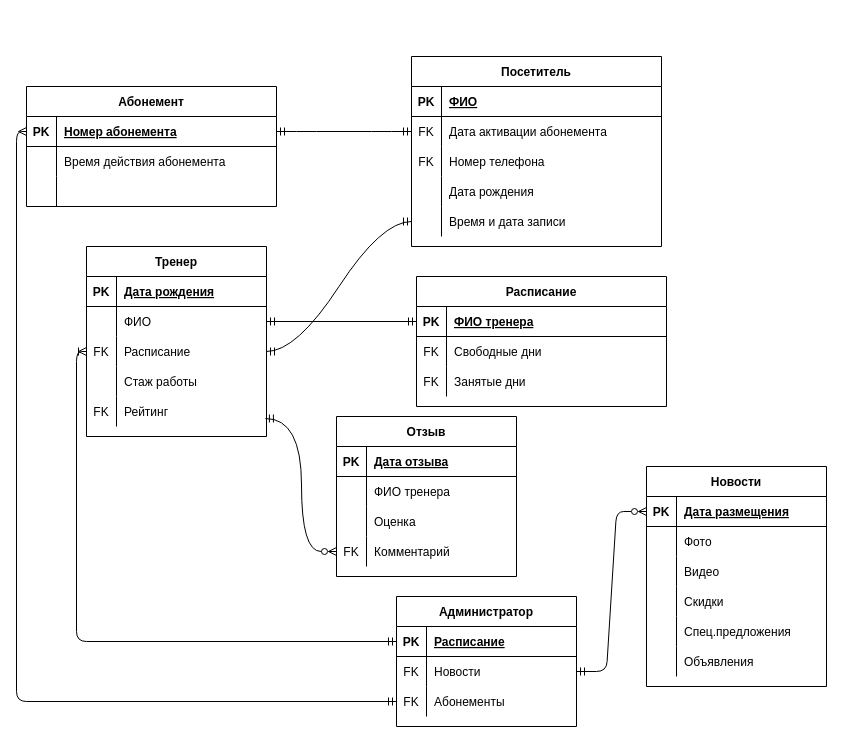
The draw.io diagram Diagrams/ER3.drawio in yuliapyrikova/-, before the edit. Source tidied: cells renumbered, new cells numbered last; positions are measured from the earlier drawing's top-left corner, leaving out a move shared by most shapes. Both pictures are drawn from the tidied source at 100%, with x=0, y=0 at pixel (26, 56).
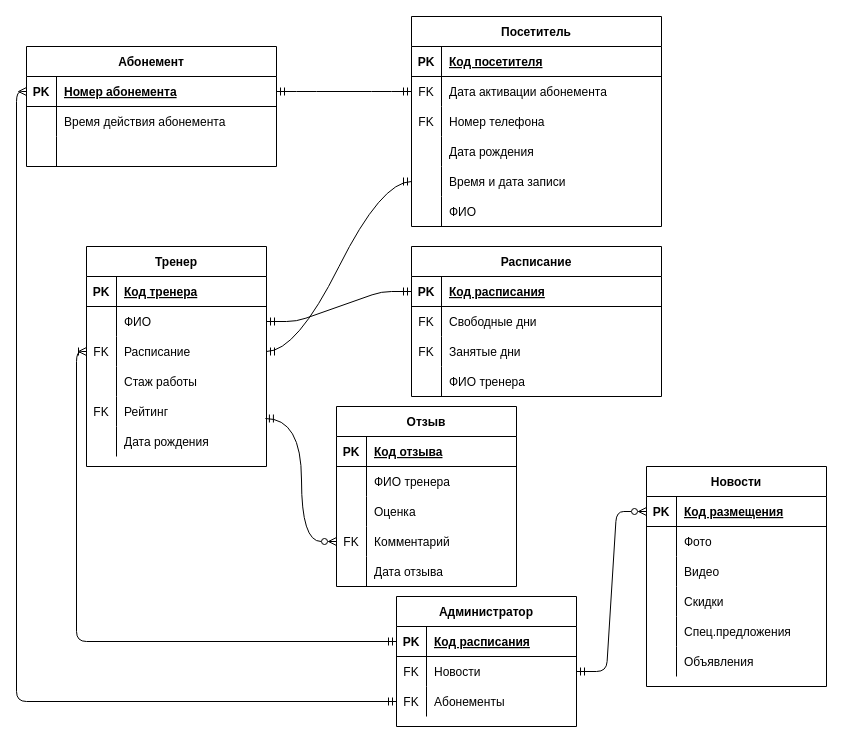
The same diagram, later.

The change refers to these unchanged cells:
```xml
<mxCell id="3" style="shape=partialRectangle;fillColor=none;top=0;left=0;right=0;bottom=1;" parent="2" vertex="1">
  <mxGeometry y="30" width="250" height="30" as="geometry" />
</mxCell>
<mxCell id="19" style="shape=partialRectangle;fillColor=none;points=[[0,0.5],[1,0.5]];portConstraint=eastwest;top=0;left=0;right=0;bottom=1;" parent="18" vertex="1">
  <mxGeometry y="30" width="250" height="30" as="geometry" />
</mxCell>
<mxCell id="40" style="shape=partialRectangle;fillColor=none;top=0;left=0;bottom=1;right=0;" parent="39" vertex="1">
  <mxGeometry y="30" width="180" height="30" as="geometry" />
</mxCell>
<mxCell id="57" style="shape=partialRectangle;fillColor=none;top=0;left=0;bottom=1;right=0;" parent="56" vertex="1">
  <mxGeometry y="30" width="180" height="30" as="geometry" />
</mxCell>
<mxCell id="70" style="shape=partialRectangle;fillColor=none;top=0;left=0;bottom=1;right=0;points=[[0,0.5],[1,0.5]];portConstraint=eastwest;" parent="69" vertex="1">
  <mxGeometry y="30" width="180" height="30" as="geometry" />
</mxCell>
<mxCell id="90" style="shape=partialRectangle;fillColor=none;top=0;left=0;bottom=1;right=0;points=[[0,0.5],[1,0.5]];portConstraint=eastwest;" parent="89" vertex="1">
  <mxGeometry y="30" width="180" height="30" as="geometry" />
</mxCell>
```

Change to the diagram source:
```diff
@@
     <mxCell id="2" value="Посетитель" style="shape=table;startSize=30;childLayout=tableLayout;rowLines=0;fontStyle=1;align=center;" parent="1" vertex="1">
-      <mxGeometry x="385" width="250" height="190" as="geometry" />
+      <mxGeometry x="385" y="-40" width="250" height="210" as="geometry" />
     </mxCell>
@@
-    <mxCell id="5" value="ФИО" style="shape=partialRectangle;overflow=hidden;fillColor=none;top=0;left=0;bottom=0;right=0;align=left;spacingLeft=6;fontStyle=5;" parent="3" vertex="1">
+    <mxCell id="5" value="Код посетителя" style="shape=partialRectangle;overflow=hidden;fillColor=none;top=0;left=0;bottom=0;right=0;align=left;spacingLeft=6;fontStyle=5;" parent="3" vertex="1">
       <mxGeometry x="30" width="220" height="30" as="geometry" />
     </mxCell>
@@
+    <mxCell id="103" style="shape=partialRectangle;fillColor=none;top=0;left=0;bottom=0;right=0;" parent="2" vertex="1">
+      <mxGeometry y="180" width="250" height="30" as="geometry" />
+    </mxCell>
+    <mxCell id="104" style="shape=partialRectangle;fillColor=none;top=0;left=0;bottom=0;right=0;overflow=hidden;" parent="103" vertex="1">
+      <mxGeometry width="30" height="30" as="geometry" />
+    </mxCell>
+    <mxCell id="105" value="ФИО" style="shape=partialRectangle;fillColor=none;top=0;left=0;bottom=0;right=0;align=left;spacingLeft=6;overflow=hidden;" parent="103" vertex="1">
+      <mxGeometry x="30" width="220" height="30" as="geometry" />
+    </mxCell>
     <mxCell id="18" value="Расписание" style="shape=table;startSize=30;childLayout=tableLayout;rowLines=0;fontStyle=1;align=center;" parent="1" vertex="1">
-      <mxGeometry x="390" y="220" width="250" height="130" as="geometry" />
+      <mxGeometry x="385" y="190" width="250" height="150" as="geometry" />
     </mxCell>
@@
-    <mxCell id="21" value="ФИО тренера" style="shape=partialRectangle;overflow=hidden;fillColor=none;top=0;left=0;bottom=0;right=0;align=left;spacingLeft=6;fontStyle=5;" parent="19" vertex="1">
+    <mxCell id="21" value="Код расписания" style="shape=partialRectangle;overflow=hidden;fillColor=none;top=0;left=0;bottom=0;right=0;align=left;spacingLeft=6;fontStyle=5;" parent="19" vertex="1">
       <mxGeometry x="30" width="220" height="30" as="geometry" />
     </mxCell>
@@
+    <mxCell id="106" style="shape=partialRectangle;fillColor=none;top=0;left=0;bottom=0;right=0;" parent="18" vertex="1">
+      <mxGeometry y="120" width="250" height="30" as="geometry" />
+    </mxCell>
+    <mxCell id="107" style="shape=partialRectangle;fillColor=none;top=0;left=0;bottom=0;right=0;overflow=hidden;" parent="106" vertex="1">
+      <mxGeometry width="30" height="30" as="geometry" />
+    </mxCell>
+    <mxCell id="108" value="ФИО тренера" style="shape=partialRectangle;fillColor=none;top=0;left=0;bottom=0;right=0;align=left;spacingLeft=6;overflow=hidden;" parent="106" vertex="1">
+      <mxGeometry x="30" width="220" height="30" as="geometry" />
+    </mxCell>
     <mxCell id="28" value="Абонемент" style="shape=table;startSize=30;childLayout=tableLayout;rowLines=0;fontStyle=1;align=center;" parent="1" vertex="1">
-      <mxGeometry y="30" width="250" height="120" as="geometry" />
+      <mxGeometry y="-10" width="250" height="120" as="geometry" />
     </mxCell>
@@
     <mxCell id="39" value="Тренер" style="shape=table;startSize=30;childLayout=tableLayout;rowLines=0;fontStyle=1;align=center;" parent="1" vertex="1">
-      <mxGeometry x="60" y="190" width="180" height="190" as="geometry" />
+      <mxGeometry x="60" y="190" width="180" height="220" as="geometry" />
     </mxCell>
@@
-    <mxCell id="42" value="Дата рождения" style="shape=partialRectangle;fillColor=none;top=0;left=0;bottom=0;right=0;align=left;spacingLeft=6;fontStyle=5;overflow=hidden;" parent="40" vertex="1">
+    <mxCell id="42" value="Код тренера" style="shape=partialRectangle;fillColor=none;top=0;left=0;bottom=0;right=0;align=left;spacingLeft=6;fontStyle=5;overflow=hidden;" parent="40" vertex="1">
       <mxGeometry x="30" width="150" height="30" as="geometry" />
     </mxCell>
@@
+    <mxCell id="109" style="shape=partialRectangle;fillColor=none;top=0;left=0;bottom=0;right=0;" parent="39" vertex="1">
+      <mxGeometry y="180" width="180" height="30" as="geometry" />
+    </mxCell>
+    <mxCell id="110" style="shape=partialRectangle;fillColor=none;top=0;left=0;bottom=0;right=0;overflow=hidden;" parent="109" vertex="1">
+      <mxGeometry width="30" height="30" as="geometry" />
+    </mxCell>
+    <mxCell id="111" value="Дата рождения" style="shape=partialRectangle;fillColor=none;top=0;left=0;bottom=0;right=0;align=left;spacingLeft=6;overflow=hidden;" parent="109" vertex="1">
+      <mxGeometry x="30" width="150" height="30" as="geometry" />
+    </mxCell>
@@
     <mxCell id="56" value="Отзыв" style="shape=table;startSize=30;childLayout=tableLayout;rowLines=0;fontStyle=1;align=center;" parent="1" vertex="1">
-      <mxGeometry x="310" y="360" width="180" height="160" as="geometry" />
+      <mxGeometry x="310" y="350" width="180" height="180" as="geometry" />
     </mxCell>
@@
-    <mxCell id="59" value="Дата отзыва" style="shape=partialRectangle;fillColor=none;top=0;left=0;bottom=0;right=0;align=left;spacingLeft=6;fontStyle=5;overflow=hidden;" parent="57" vertex="1">
+    <mxCell id="59" value="Код отзыва" style="shape=partialRectangle;fillColor=none;top=0;left=0;bottom=0;right=0;align=left;spacingLeft=6;fontStyle=5;overflow=hidden;" parent="57" vertex="1">
       <mxGeometry x="30" width="150" height="30" as="geometry" />
     </mxCell>
@@
+    <mxCell id="112" style="shape=partialRectangle;fillColor=none;top=0;left=0;bottom=0;right=0;" parent="56" vertex="1">
+      <mxGeometry y="150" width="180" height="30" as="geometry" />
+    </mxCell>
+    <mxCell id="113" style="shape=partialRectangle;fillColor=none;top=0;left=0;bottom=0;right=0;overflow=hidden;" parent="112" vertex="1">
+      <mxGeometry width="30" height="30" as="geometry" />
+    </mxCell>
+    <mxCell id="114" value="Дата отзыва" style="shape=partialRectangle;fillColor=none;top=0;left=0;bottom=0;right=0;align=left;spacingLeft=6;overflow=hidden;" parent="112" vertex="1">
+      <mxGeometry x="30" width="150" height="30" as="geometry" />
+    </mxCell>
@@
-    <mxCell id="72" value="Дата размещения" style="shape=partialRectangle;fillColor=none;top=0;left=0;bottom=0;right=0;align=left;spacingLeft=6;fontStyle=5;overflow=hidden;" parent="70" vertex="1">
+    <mxCell id="72" value="Код размещения" style="shape=partialRectangle;fillColor=none;top=0;left=0;bottom=0;right=0;align=left;spacingLeft=6;fontStyle=5;overflow=hidden;" parent="70" vertex="1">
       <mxGeometry x="30" width="150" height="30" as="geometry" />
     </mxCell>
@@
-    <mxCell id="92" value="Расписание" style="shape=partialRectangle;fillColor=none;top=0;left=0;bottom=0;right=0;align=left;spacingLeft=6;fontStyle=5;overflow=hidden;" parent="90" vertex="1">
+    <mxCell id="92" value="Код расписания" style="shape=partialRectangle;fillColor=none;top=0;left=0;bottom=0;right=0;align=left;spacingLeft=6;fontStyle=5;overflow=hidden;" parent="90" vertex="1">
       <mxGeometry x="30" width="150" height="30" as="geometry" />
     </mxCell>
```
